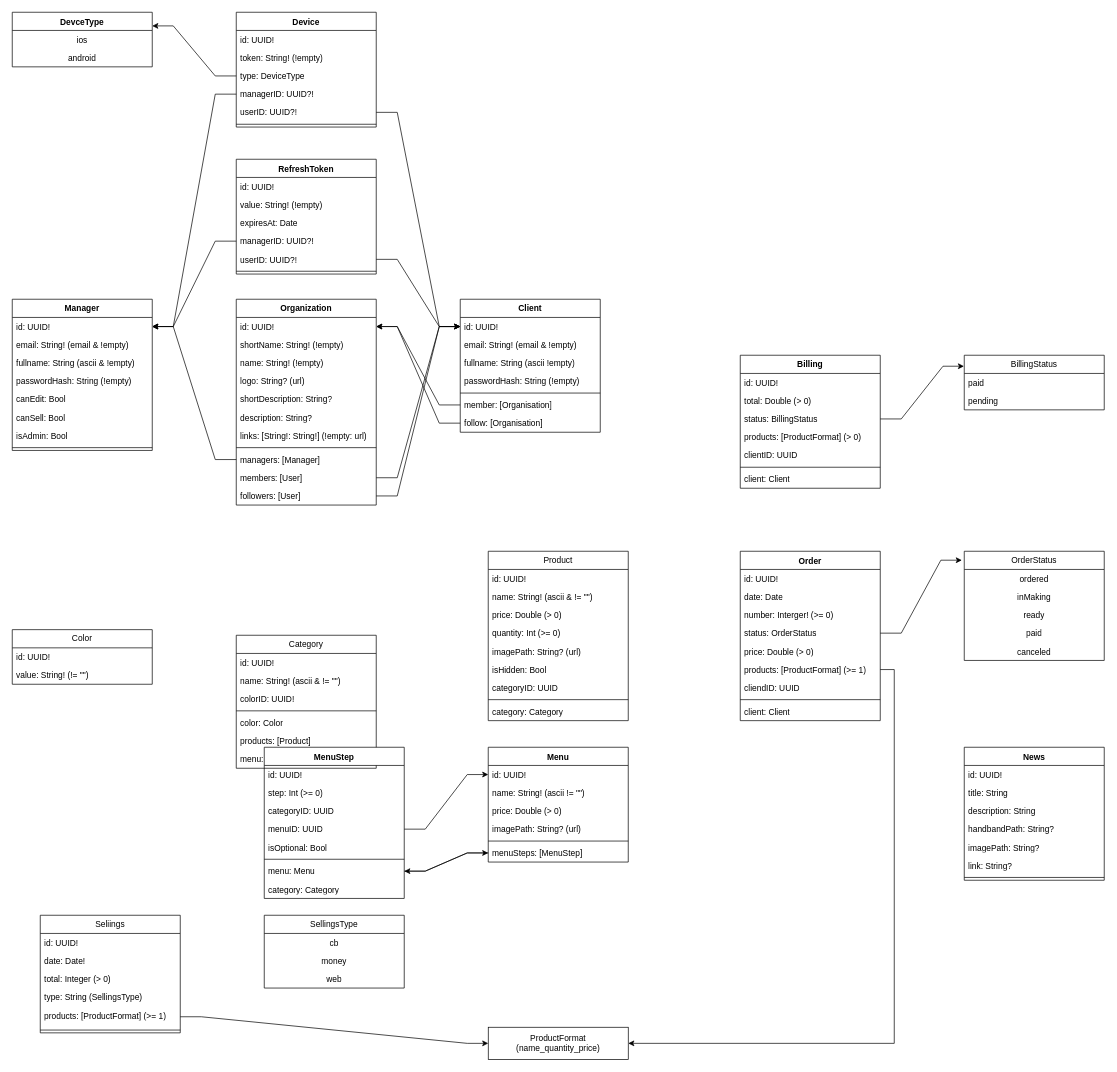
FlorianClaisse/drawio keeps this draw.io diagram as Labeli DB.drawio. Above is the earlier version. Source tidied: cells renumbered, new cells numbered last; positions are measured from the earlier drawing's top-left corner, leaving out a move shared by most shapes. Both pictures are drawn from the tidied source at 70%, with x=0, y=0 at pixel (12, 12).
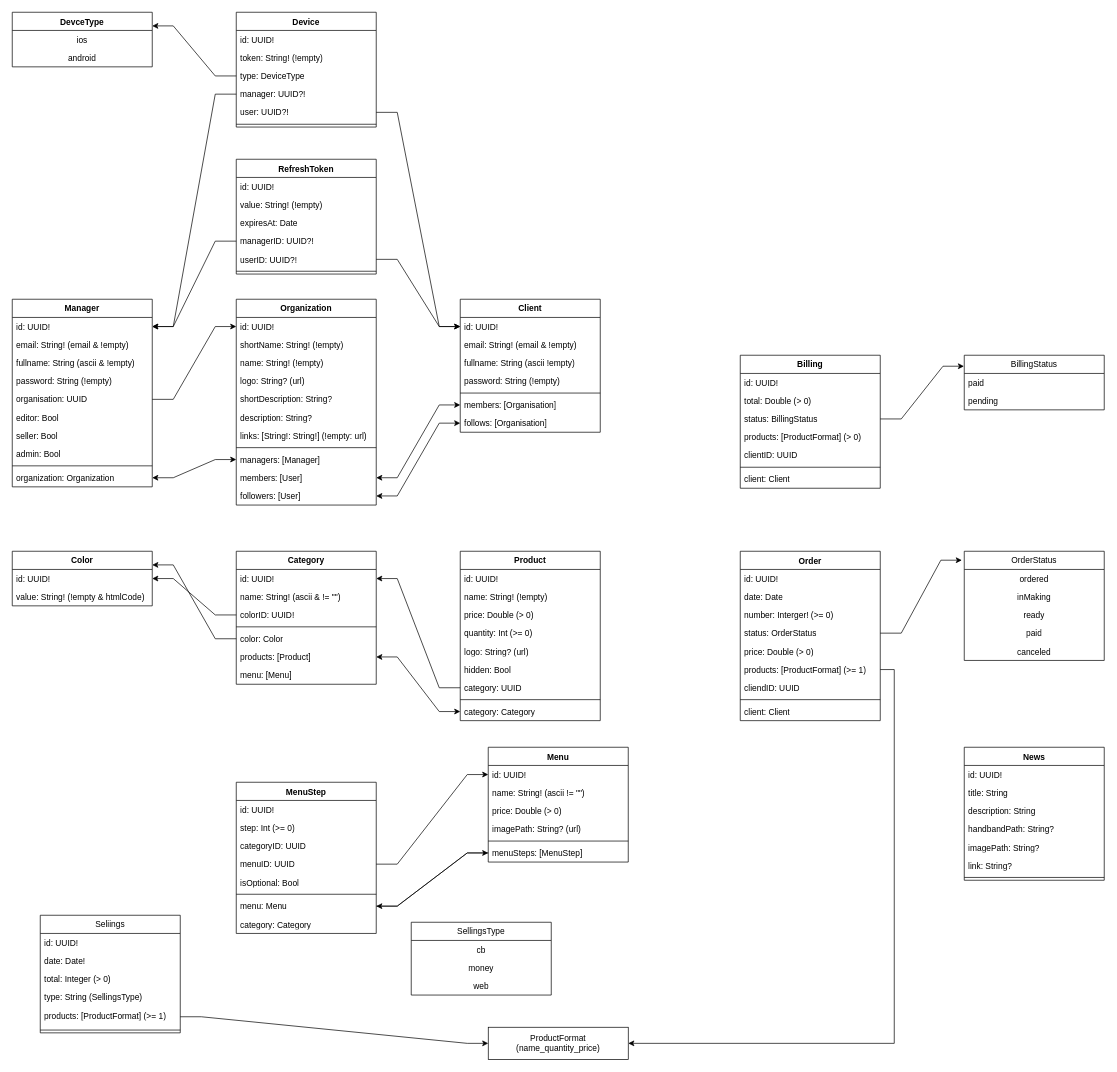
Above is the later version.

Commit message (it also covers changes not shown here):
Mettre à jour Labeli DB.drawio

The change refers to these unchanged cells:
```xml
<mxCell id="3" value="id: UUID!" style="text;strokeColor=none;fillColor=none;align=left;verticalAlign=top;spacingLeft=4;spacingRight=4;overflow=hidden;points=[[0,0.5],[1,0.5]];portConstraint=eastwest;whiteSpace=wrap;html=1;" parent="2" vertex="1">
  <mxGeometry y="26" width="200" height="26" as="geometry" />
</mxCell>
<mxCell id="5" value="colorID: UUID!" style="text;strokeColor=none;fillColor=none;align=left;verticalAlign=top;spacingLeft=4;spacingRight=4;overflow=hidden;points=[[0,0.5],[1,0.5]];portConstraint=eastwest;whiteSpace=wrap;html=1;" parent="2" vertex="1">
  <mxGeometry y="78" width="200" height="26" as="geometry" />
</mxCell>
<mxCell id="7" value="color: Color" style="text;strokeColor=none;fillColor=none;align=left;verticalAlign=top;spacingLeft=4;spacingRight=4;overflow=hidden;points=[[0,0.5],[1,0.5]];portConstraint=eastwest;whiteSpace=wrap;html=1;" parent="2" vertex="1">
  <mxGeometry y="112" width="200" height="26" as="geometry" />
</mxCell>
<mxCell id="8" value="products: [Product]" style="text;strokeColor=none;fillColor=none;align=left;verticalAlign=top;spacingLeft=4;spacingRight=4;overflow=hidden;points=[[0,0.5],[1,0.5]];portConstraint=eastwest;whiteSpace=wrap;html=1;" parent="2" vertex="1">
  <mxGeometry y="138" width="200" height="26" as="geometry" />
</mxCell>
<mxCell id="10" value="Client" style="swimlane;fontStyle=1;horizontal=1;startSize=26;fillColor=none;whiteSpace=wrap;html=1;" parent="1" vertex="1">
  <mxGeometry x="640" y="410" width="200" height="190" as="geometry" />
</mxCell>
<mxCell id="11" value="id: UUID!" style="text;strokeColor=none;fillColor=none;align=left;verticalAlign=top;spacingLeft=4;spacingRight=4;overflow=hidden;points=[[0,0.5],[1,0.5]];portConstraint=eastwest;whiteSpace=wrap;html=1;" parent="10" vertex="1">
  <mxGeometry y="26" width="200" height="26" as="geometry" />
</mxCell>
<mxCell id="19" value="id: UUID!" style="text;strokeColor=none;fillColor=none;align=left;verticalAlign=top;spacingLeft=4;spacingRight=4;overflow=hidden;points=[[0,0.5],[1,0.5]];portConstraint=eastwest;whiteSpace=wrap;html=1;" parent="18" vertex="1">
  <mxGeometry y="26" width="200" height="26" as="geometry" />
</mxCell>
<mxCell id="30" value="category: Category" style="text;strokeColor=none;fillColor=none;align=left;verticalAlign=top;spacingLeft=4;spacingRight=4;overflow=hidden;points=[[0,0.5],[1,0.5]];portConstraint=eastwest;whiteSpace=wrap;html=1;" parent="21" vertex="1">
  <mxGeometry y="216" width="200" height="26" as="geometry" />
</mxCell>
<mxCell id="32" value="id: UUID!" style="text;strokeColor=none;fillColor=none;align=left;verticalAlign=top;spacingLeft=4;spacingRight=4;overflow=hidden;points=[[0,0.5],[1,0.5]];portConstraint=eastwest;whiteSpace=wrap;html=1;" parent="31" vertex="1">
  <mxGeometry y="26" width="200" height="26" as="geometry" />
</mxCell>
<mxCell id="118" value="id: UUID!" style="text;strokeColor=none;fillColor=none;align=left;verticalAlign=top;spacingLeft=4;spacingRight=4;overflow=hidden;points=[[0,0.5],[1,0.5]];portConstraint=eastwest;whiteSpace=wrap;html=1;" parent="117" vertex="1">
  <mxGeometry y="26" width="200" height="26" as="geometry" />
</mxCell>
<mxCell id="126" value="managers: [Manager]&lt;div&gt;&lt;br&gt;&lt;/div&gt;" style="text;strokeColor=none;fillColor=none;align=left;verticalAlign=top;spacingLeft=4;spacingRight=4;overflow=hidden;points=[[0,0.5],[1,0.5]];portConstraint=eastwest;whiteSpace=wrap;html=1;" parent="117" vertex="1">
  <mxGeometry y="216" width="200" height="26" as="geometry" />
</mxCell>
<mxCell id="127" value="members: [User]" style="text;strokeColor=none;fillColor=none;align=left;verticalAlign=top;spacingLeft=4;spacingRight=4;overflow=hidden;points=[[0,0.5],[1,0.5]];portConstraint=eastwest;whiteSpace=wrap;html=1;" parent="117" vertex="1">
  <mxGeometry y="242" width="200" height="26" as="geometry" />
</mxCell>
<mxCell id="128" value="followers: [User]" style="text;strokeColor=none;fillColor=none;align=left;verticalAlign=top;spacingLeft=4;spacingRight=4;overflow=hidden;points=[[0,0.5],[1,0.5]];portConstraint=eastwest;whiteSpace=wrap;html=1;" parent="117" vertex="1">
  <mxGeometry y="268" width="200" height="26" as="geometry" />
</mxCell>
<mxCell id="133" value="Device" style="swimlane;fontStyle=1;align=center;verticalAlign=top;horizontal=1;startSize=26;whiteSpace=wrap;html=1;" parent="1" vertex="1">
  <mxGeometry x="320" width="200" height="164" as="geometry" />
</mxCell>
```

What changed in the source:
```diff
@@
-    <mxCell id="2" value="Category" style="swimlane;fontStyle=0;horizontal=1;startSize=26;fillColor=none;whiteSpace=wrap;html=1;" parent="1" vertex="1">
-      <mxGeometry x="320" y="890" width="200" height="190" as="geometry" />
+    <mxCell id="2" value="Category" style="swimlane;fontStyle=1;horizontal=1;startSize=26;fillColor=none;whiteSpace=wrap;html=1;" parent="1" vertex="1">
+      <mxGeometry x="320" y="770" width="200" height="190" as="geometry" />
     </mxCell>
@@
-    <mxCell id="14" value="passwordHash: String (!empty)" style="text;strokeColor=none;fillColor=none;align=left;verticalAlign=top;spacingLeft=4;spacingRight=4;overflow=hidden;whiteSpace=wrap;html=1;" parent="10" vertex="1">
+    <mxCell id="14" value="password: String (!empty)" style="text;strokeColor=none;fillColor=none;align=left;verticalAlign=top;spacingLeft=4;spacingRight=4;overflow=hidden;whiteSpace=wrap;html=1;" parent="10" vertex="1">
       <mxGeometry y="104" width="200" height="26" as="geometry" />
     </mxCell>
@@
-    <mxCell id="16" value="member: [Organisation]" style="text;strokeColor=none;fillColor=none;align=left;verticalAlign=top;spacingLeft=4;spacingRight=4;overflow=hidden;points=[[0,0.5],[1,0.5]];portConstraint=eastwest;whiteSpace=wrap;html=1;" parent="10" vertex="1">
+    <mxCell id="16" value="members: [Organisation]" style="text;strokeColor=none;fillColor=none;align=left;verticalAlign=top;spacingLeft=4;spacingRight=4;overflow=hidden;points=[[0,0.5],[1,0.5]];portConstraint=eastwest;whiteSpace=wrap;html=1;" parent="10" vertex="1">
       <mxGeometry y="138" width="200" height="26" as="geometry" />
     </mxCell>
-    <mxCell id="17" value="follow: [Organisation]" style="text;strokeColor=none;fillColor=none;align=left;verticalAlign=top;spacingLeft=4;spacingRight=4;overflow=hidden;points=[[0,0.5],[1,0.5]];portConstraint=eastwest;whiteSpace=wrap;html=1;" parent="10" vertex="1">
+    <mxCell id="17" value="follows: [Organisation]" style="text;strokeColor=none;fillColor=none;align=left;verticalAlign=top;spacingLeft=4;spacingRight=4;overflow=hidden;points=[[0,0.5],[1,0.5]];portConstraint=eastwest;whiteSpace=wrap;html=1;" parent="10" vertex="1">
       <mxGeometry y="164" width="200" height="26" as="geometry" />
     </mxCell>
-    <mxCell id="18" value="Color" style="swimlane;fontStyle=0;horizontal=1;startSize=26;fillColor=none;whiteSpace=wrap;html=1;" parent="1" vertex="1">
-      <mxGeometry y="882" width="200" height="78" as="geometry" />
+    <mxCell id="18" value="Color" style="swimlane;fontStyle=1;horizontal=1;startSize=26;fillColor=none;whiteSpace=wrap;html=1;" parent="1" vertex="1">
+      <mxGeometry y="770" width="200" height="78" as="geometry" />
     </mxCell>
@@
-    <mxCell id="20" value="value: String! (!= &quot;&quot;)" style="text;strokeColor=none;fillColor=none;align=left;verticalAlign=top;spacingLeft=4;spacingRight=4;overflow=hidden;whiteSpace=wrap;html=1;" parent="18" vertex="1">
+    <mxCell id="20" value="value: String! (!empty &amp;amp; htmlCode)" style="text;strokeColor=none;fillColor=none;align=left;verticalAlign=top;spacingLeft=4;spacingRight=4;overflow=hidden;whiteSpace=wrap;html=1;" parent="18" vertex="1">
       <mxGeometry y="52" width="200" height="26" as="geometry" />
     </mxCell>
-    <mxCell id="21" value="Product" style="swimlane;fontStyle=0;horizontal=1;startSize=26;fillColor=none;whiteSpace=wrap;html=1;" parent="1" vertex="1">
-      <mxGeometry x="680" y="770" width="200" height="242" as="geometry" />
+    <mxCell id="21" value="Product" style="swimlane;fontStyle=1;horizontal=1;startSize=26;fillColor=none;whiteSpace=wrap;html=1;" parent="1" vertex="1">
+      <mxGeometry x="640" y="770" width="200" height="242" as="geometry" />
     </mxCell>
@@
-    <mxCell id="23" value="name: String! (ascii &amp;amp; != &quot;&quot;)" style="text;strokeColor=none;fillColor=none;align=left;verticalAlign=top;spacingLeft=4;spacingRight=4;overflow=hidden;whiteSpace=wrap;html=1;" parent="21" vertex="1">
+    <mxCell id="23" value="name: String! (!empty)" style="text;strokeColor=none;fillColor=none;align=left;verticalAlign=top;spacingLeft=4;spacingRight=4;overflow=hidden;whiteSpace=wrap;html=1;" parent="21" vertex="1">
       <mxGeometry y="52" width="200" height="26" as="geometry" />
     </mxCell>
@@
-    <mxCell id="26" value="imagePath: String? (url)" style="text;strokeColor=none;fillColor=none;align=left;verticalAlign=top;spacingLeft=4;spacingRight=4;overflow=hidden;whiteSpace=wrap;html=1;" parent="21" vertex="1">
+    <mxCell id="26" value="logo: String? (url)" style="text;strokeColor=none;fillColor=none;align=left;verticalAlign=top;spacingLeft=4;spacingRight=4;overflow=hidden;whiteSpace=wrap;html=1;" parent="21" vertex="1">
       <mxGeometry y="130" width="200" height="26" as="geometry" />
     </mxCell>
-    <mxCell id="27" value="isHidden: Bool" style="text;strokeColor=none;fillColor=none;align=left;verticalAlign=top;spacingLeft=4;spacingRight=4;overflow=hidden;whiteSpace=wrap;html=1;" parent="21" vertex="1">
+    <mxCell id="27" value="hidden: Bool" style="text;strokeColor=none;fillColor=none;align=left;verticalAlign=top;spacingLeft=4;spacingRight=4;overflow=hidden;whiteSpace=wrap;html=1;" parent="21" vertex="1">
       <mxGeometry y="156" width="200" height="26" as="geometry" />
     </mxCell>
-    <mxCell id="28" value="categoryID: UUID" style="text;strokeColor=none;fillColor=none;align=left;verticalAlign=top;spacingLeft=4;spacingRight=4;overflow=hidden;points=[[0,0.5],[1,0.5]];portConstraint=eastwest;whiteSpace=wrap;html=1;" parent="21" vertex="1">
+    <mxCell id="28" value="category: UUID" style="text;strokeColor=none;fillColor=none;align=left;verticalAlign=top;spacingLeft=4;spacingRight=4;overflow=hidden;points=[[0,0.5],[1,0.5]];portConstraint=eastwest;whiteSpace=wrap;html=1;" parent="21" vertex="1">
       <mxGeometry y="182" width="200" height="26" as="geometry" />
     </mxCell>
@@
     <mxCell id="31" value="Manager" style="swimlane;fontStyle=1;align=center;verticalAlign=top;horizontal=1;startSize=26;whiteSpace=wrap;html=1;" parent="1" vertex="1">
-      <mxGeometry y="410" width="200" height="216" as="geometry" />
+      <mxGeometry y="410" width="200" height="268" as="geometry" />
     </mxCell>
@@
-    <mxCell id="35" value="passwordHash: String (!empty)" style="text;strokeColor=none;fillColor=none;align=left;verticalAlign=top;spacingLeft=4;spacingRight=4;overflow=hidden;whiteSpace=wrap;html=1;" parent="31" vertex="1">
+    <mxCell id="35" value="password: String (!empty)" style="text;strokeColor=none;fillColor=none;align=left;verticalAlign=top;spacingLeft=4;spacingRight=4;overflow=hidden;whiteSpace=wrap;html=1;" parent="31" vertex="1">
       <mxGeometry y="104" width="200" height="26" as="geometry" />
     </mxCell>
+    <mxCell id="149" value="organisation: UUID&amp;nbsp;" style="text;strokeColor=none;fillColor=none;align=left;verticalAlign=top;spacingLeft=4;spacingRight=4;overflow=hidden;points=[[0,0.5],[1,0.5]];portConstraint=eastwest;whiteSpace=wrap;html=1;" parent="31" vertex="1">
+      <mxGeometry y="130" width="200" height="26" as="geometry" />
+    </mxCell>
-    <mxCell id="36" value="canEdit: Bool" style="text;strokeColor=none;fillColor=none;align=left;verticalAlign=top;spacingLeft=4;spacingRight=4;overflow=hidden;whiteSpace=wrap;html=1;" parent="31" vertex="1">
-      <mxGeometry y="130" width="200" height="26" as="geometry" />
+    <mxCell id="36" value="editor: Bool" style="text;strokeColor=none;fillColor=none;align=left;verticalAlign=top;spacingLeft=4;spacingRight=4;overflow=hidden;whiteSpace=wrap;html=1;" parent="31" vertex="1">
+      <mxGeometry y="156" width="200" height="26" as="geometry" />
     </mxCell>
-    <mxCell id="37" value="canSell: Bool" style="text;strokeColor=none;fillColor=none;align=left;verticalAlign=top;spacingLeft=4;spacingRight=4;overflow=hidden;whiteSpace=wrap;html=1;" parent="31" vertex="1">
-      <mxGeometry y="156" width="200" height="26" as="geometry" />
+    <mxCell id="37" value="seller: Bool" style="text;strokeColor=none;fillColor=none;align=left;verticalAlign=top;spacingLeft=4;spacingRight=4;overflow=hidden;whiteSpace=wrap;html=1;" parent="31" vertex="1">
+      <mxGeometry y="182" width="200" height="26" as="geometry" />
     </mxCell>
-    <mxCell id="38" value="isAdmin: Bool" style="text;strokeColor=none;fillColor=none;align=left;verticalAlign=top;spacingLeft=4;spacingRight=4;overflow=hidden;whiteSpace=wrap;html=1;" parent="31" vertex="1">
-      <mxGeometry y="182" width="200" height="26" as="geometry" />
+    <mxCell id="38" value="admin: Bool" style="text;strokeColor=none;fillColor=none;align=left;verticalAlign=top;spacingLeft=4;spacingRight=4;overflow=hidden;whiteSpace=wrap;html=1;" parent="31" vertex="1">
+      <mxGeometry y="208" width="200" height="26" as="geometry" />
     </mxCell>
     <mxCell id="39" style="line;strokeWidth=1;fillColor=none;align=left;verticalAlign=middle;spacingTop=-1;spacingLeft=3;spacingRight=3;labelPosition=right;strokeColor=inherit;" parent="31" vertex="1">
-      <mxGeometry y="208" width="200" height="8" as="geometry" />
+      <mxGeometry y="234" width="200" height="8" as="geometry" />
     </mxCell>
+    <mxCell id="150" value="organization: Organization" style="text;strokeColor=none;fillColor=none;align=left;verticalAlign=top;spacingLeft=4;spacingRight=4;overflow=hidden;points=[[0,0.5],[1,0.5]];portConstraint=eastwest;whiteSpace=wrap;html=1;" parent="31" vertex="1">
+      <mxGeometry y="242" width="200" height="26" as="geometry" />
+    </mxCell>
@@
     <mxCell id="54" value="MenuStep" style="swimlane;fontStyle=1;align=center;verticalAlign=top;horizontal=1;startSize=26;whiteSpace=wrap;html=1;" parent="1" vertex="1">
-      <mxGeometry x="360" y="1050" width="200" height="216" as="geometry" />
+      <mxGeometry x="320" y="1100" width="200" height="216" as="geometry" />
     </mxCell>
@@
     <mxCell id="81" value="SellingsType" style="swimlane;fontStyle=0;horizontal=1;startSize=26;fillColor=none;whiteSpace=wrap;html=1;" parent="1" vertex="1">
-      <mxGeometry x="360" y="1290" width="200" height="104" as="geometry" />
+      <mxGeometry x="570" y="1300" width="200" height="104" as="geometry" />
     </mxCell>
@@
-    <mxCell id="129" style="edgeStyle=entityRelationEdgeStyle;rounded=0;jettySize=auto;html=1;entryX=1;entryY=0.5;entryDx=0;entryDy=0;" parent="1" edge="1" source="126" target="32">
-      <mxGeometry relative="1" as="geometry" />
-    </mxCell>
-    <mxCell id="130" style="edgeStyle=entityRelationEdgeStyle;rounded=0;jettySize=auto;html=1;exitX=1;exitY=0.5;exitDx=0;exitDy=0;entryX=0;entryY=0.5;entryDx=0;entryDy=0;" parent="1" edge="1" source="127" target="11">
-      <mxGeometry relative="1" as="geometry" />
-    </mxCell>
-    <mxCell id="131" style="edgeStyle=entityRelationEdgeStyle;rounded=0;jettySize=auto;html=1;exitX=1;exitY=0.5;exitDx=0;exitDy=0;entryX=0;entryY=0.5;entryDx=0;entryDy=0;" parent="1" edge="1" source="128" target="11">
-      <mxGeometry relative="1" as="geometry" />
-    </mxCell>
-    <mxCell id="132" style="edgeStyle=entityRelationEdgeStyle;rounded=0;jettySize=auto;html=1;exitX=0;exitY=0.5;exitDx=0;exitDy=0;entryX=1;entryY=0.5;entryDx=0;entryDy=0;" parent="1" edge="1" source="17" target="118">
-      <mxGeometry relative="1" as="geometry" />
-    </mxCell>
@@
-    <mxCell id="137" value="managerID: UUID?!" style="text;strokeColor=none;fillColor=none;align=left;verticalAlign=top;spacingLeft=4;spacingRight=4;overflow=hidden;points=[[0,0.5],[1,0.5]];portConstraint=eastwest;whiteSpace=wrap;html=1;" parent="133" vertex="1">
+    <mxCell id="137" value="manager: UUID?!" style="text;strokeColor=none;fillColor=none;align=left;verticalAlign=top;spacingLeft=4;spacingRight=4;overflow=hidden;points=[[0,0.5],[1,0.5]];portConstraint=eastwest;whiteSpace=wrap;html=1;" parent="133" vertex="1">
       <mxGeometry y="104" width="200" height="26" as="geometry" />
     </mxCell>
-    <mxCell id="138" value="userID: UUID?!" style="text;strokeColor=none;fillColor=none;align=left;verticalAlign=top;spacingLeft=4;spacingRight=4;overflow=hidden;points=[[0,0.5],[1,0.5]];portConstraint=eastwest;whiteSpace=wrap;html=1;" parent="133" vertex="1">
+    <mxCell id="138" value="user: UUID?!" style="text;strokeColor=none;fillColor=none;align=left;verticalAlign=top;spacingLeft=4;spacingRight=4;overflow=hidden;points=[[0,0.5],[1,0.5]];portConstraint=eastwest;whiteSpace=wrap;html=1;" parent="133" vertex="1">
       <mxGeometry y="130" width="200" height="26" as="geometry" />
     </mxCell>
@@
-    <mxCell id="148" style="edgeStyle=entityRelationEdgeStyle;rounded=0;jettySize=auto;html=1;exitX=0;exitY=0.5;exitDx=0;exitDy=0;entryX=1;entryY=0.5;entryDx=0;entryDy=0;" parent="1" edge="1" source="16" target="118">
-      <mxGeometry relative="1" as="geometry" />
-    </mxCell>
+    <mxCell id="151" style="edgeStyle=entityRelationEdgeStyle;rounded=0;jettySize=auto;html=1;exitX=1;exitY=0.5;exitDx=0;exitDy=0;entryX=0;entryY=0.5;entryDx=0;entryDy=0;" parent="1" edge="1" source="149" target="118">
+      <mxGeometry relative="1" as="geometry" />
+    </mxCell>
+    <mxCell id="152" style="edgeStyle=entityRelationEdgeStyle;rounded=0;jettySize=auto;html=1;exitX=0;exitY=0.5;exitDx=0;exitDy=0;entryX=1;entryY=0.5;entryDx=0;entryDy=0;startArrow=classic;startFill=1;" parent="1" edge="1" source="16" target="127">
+      <mxGeometry relative="1" as="geometry" />
+    </mxCell>
+    <mxCell id="153" style="edgeStyle=entityRelationEdgeStyle;rounded=0;jettySize=auto;html=1;exitX=1;exitY=0.5;exitDx=0;exitDy=0;entryX=0;entryY=0.5;entryDx=0;entryDy=0;startArrow=classic;startFill=1;" parent="1" edge="1" source="128" target="17">
+      <mxGeometry relative="1" as="geometry" />
+    </mxCell>
+    <mxCell id="154" style="edgeStyle=entityRelationEdgeStyle;rounded=0;jettySize=auto;html=1;exitX=1;exitY=0.5;exitDx=0;exitDy=0;entryX=0;entryY=0.5;entryDx=0;entryDy=0;startArrow=classic;startFill=1;" parent="1" edge="1" source="150" target="126">
+      <mxGeometry relative="1" as="geometry" />
+    </mxCell>
+    <mxCell id="155" style="edgeStyle=entityRelationEdgeStyle;rounded=0;jettySize=auto;html=1;exitX=0;exitY=0.5;exitDx=0;exitDy=0;entryX=1;entryY=0.5;entryDx=0;entryDy=0;" parent="1" edge="1" source="5" target="19">
+      <mxGeometry relative="1" as="geometry" />
+    </mxCell>
+    <mxCell id="156" style="edgeStyle=entityRelationEdgeStyle;rounded=0;jettySize=auto;html=1;exitX=0;exitY=0.5;exitDx=0;exitDy=0;entryX=1;entryY=0.25;entryDx=0;entryDy=0;" parent="1" edge="1" source="7" target="18">
+      <mxGeometry relative="1" as="geometry" />
+    </mxCell>
+    <mxCell id="157" style="edgeStyle=entityRelationEdgeStyle;rounded=0;jettySize=auto;html=1;exitX=1;exitY=0.5;exitDx=0;exitDy=0;entryX=0;entryY=0.5;entryDx=0;entryDy=0;startArrow=classic;startFill=1;" parent="1" edge="1" source="8" target="30">
+      <mxGeometry relative="1" as="geometry" />
+    </mxCell>
+    <mxCell id="158" style="edgeStyle=entityRelationEdgeStyle;rounded=0;jettySize=auto;html=1;exitX=0;exitY=0.5;exitDx=0;exitDy=0;entryX=1;entryY=0.5;entryDx=0;entryDy=0;" parent="1" edge="1" source="28" target="3">
+      <mxGeometry relative="1" as="geometry" />
+    </mxCell>
```
